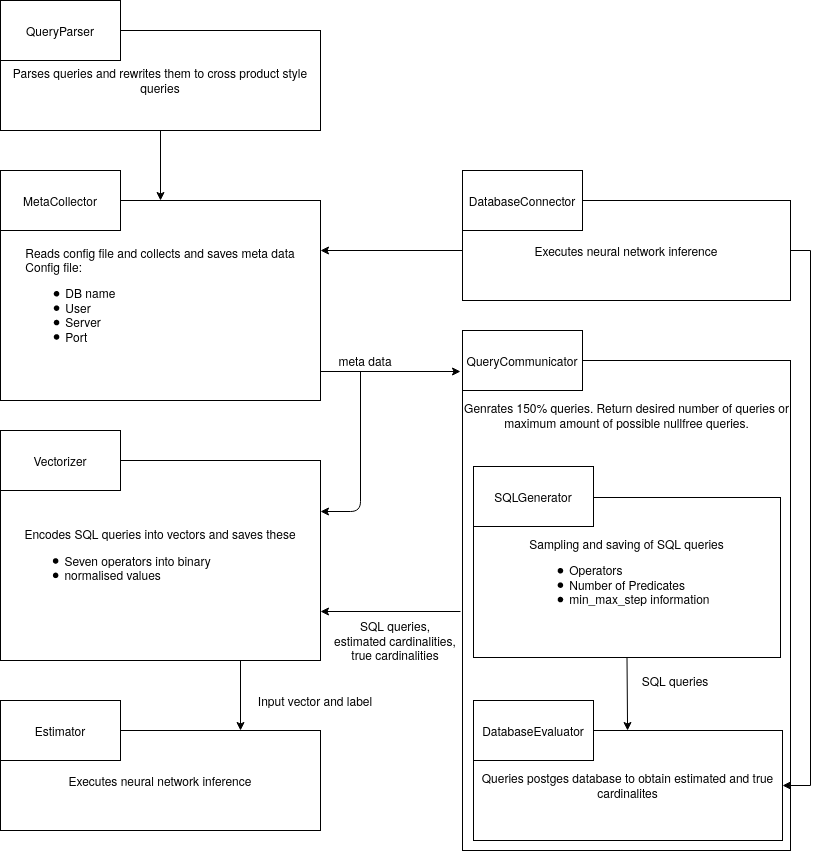
This is diagrams/module_overview.png from lucaswo/local-cardinality-estimation, a draw.io export, as it was before one commit. Source tidied: cells renumbered, new cells last; positions are measured from the earlier drawing's top-left corner, leaving out a move shared by most shapes.
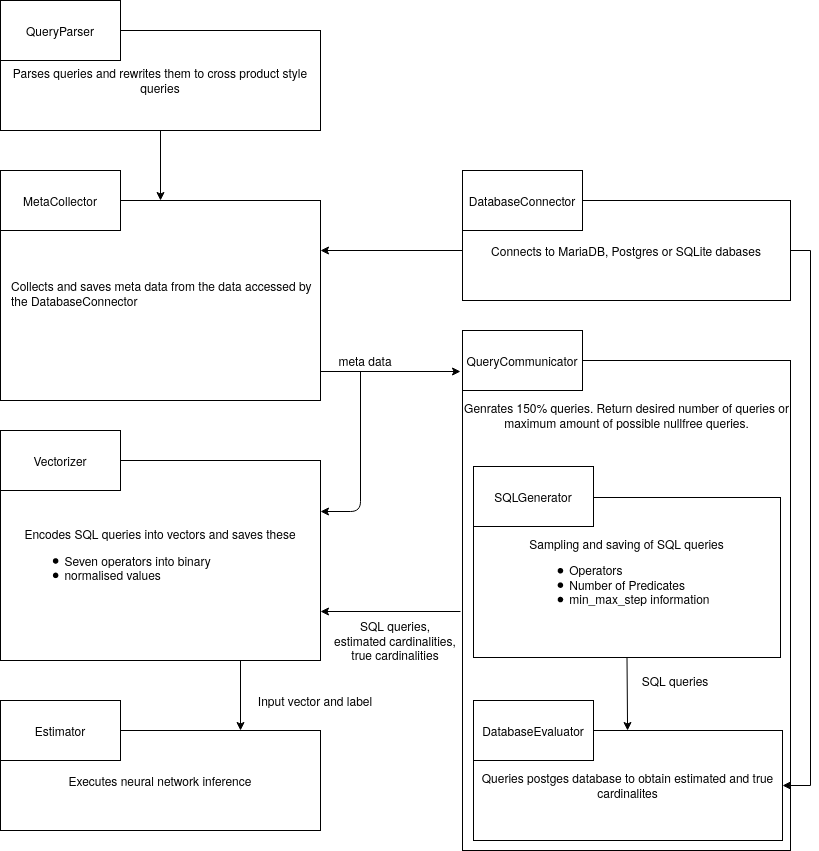
The same diagram one commit later.

Commit message:
Correction of diagram

What changed in the source:
```diff
@@ -5,7 +5,7 @@
     <mxCell id="2" style="rounded=0;whiteSpace=wrap;html=1;" parent="1" vertex="1">
       <mxGeometry x="462" y="360" width="328" height="490" as="geometry" />
     </mxCell>
-    <mxCell id="3" value="&lt;div style=&quot;text-align: left&quot;&gt;&lt;span&gt;Reads config file and collects and saves meta data&lt;/span&gt;&lt;/div&gt;&lt;div style=&quot;text-align: left&quot;&gt;&lt;span&gt;Config file:&lt;/span&gt;&lt;/div&gt;&lt;div style=&quot;text-align: left&quot;&gt;&lt;ul&gt;&lt;li&gt;&lt;span&gt;DB name&lt;/span&gt;&lt;/li&gt;&lt;li&gt;User&lt;/li&gt;&lt;li&gt;Server&lt;/li&gt;&lt;li&gt;Port&lt;/li&gt;&lt;/ul&gt;&lt;/div&gt;" style="rounded=0;whiteSpace=wrap;html=1;" parent="1" vertex="1">
+    <mxCell id="3" value="&lt;div style=&quot;text-align: left&quot;&gt;&lt;span&gt;Collects and saves meta data from the data accessed by the DatabaseConnector&lt;br&gt;&lt;/span&gt;&lt;/div&gt;&lt;div style=&quot;text-align: left&quot;&gt;&lt;span&gt;&lt;br&gt;&lt;/span&gt;&lt;/div&gt;" style="rounded=0;whiteSpace=wrap;html=1;spacingLeft=10;" parent="1" vertex="1">
       <mxGeometry y="200" width="320" height="200" as="geometry" />
     </mxCell>
     <mxCell id="4" value="MetaCollector" style="rounded=0;whiteSpace=wrap;html=1;" parent="1" vertex="1">
@@ -96,7 +96,7 @@
     <mxCell id="25" style="edgeStyle=orthogonalEdgeStyle;rounded=0;jumpSize=0;jettySize=auto;html=1;exitX=1;exitY=0.5;exitDx=0;exitDy=0;entryX=1;entryY=0.5;entryDx=0;entryDy=0;" parent="1" edge="1" source="26" target="11">
       <mxGeometry relative="1" as="geometry" />
     </mxCell>
-    <mxCell id="26" value="&lt;div style=&quot;text-align: left&quot;&gt;Executes neural network inference&lt;/div&gt;" style="rounded=0;whiteSpace=wrap;html=1;" parent="1" vertex="1">
+    <mxCell id="26" value="Connects to MariaDB, Postgres or SQLite dabases" style="rounded=0;whiteSpace=wrap;html=1;" parent="1" vertex="1">
       <mxGeometry x="462" y="200" width="328" height="100" as="geometry" />
     </mxCell>
     <mxCell id="27" value="DatabaseConnector" style="rounded=0;whiteSpace=wrap;html=1;" parent="1" vertex="1">
```
